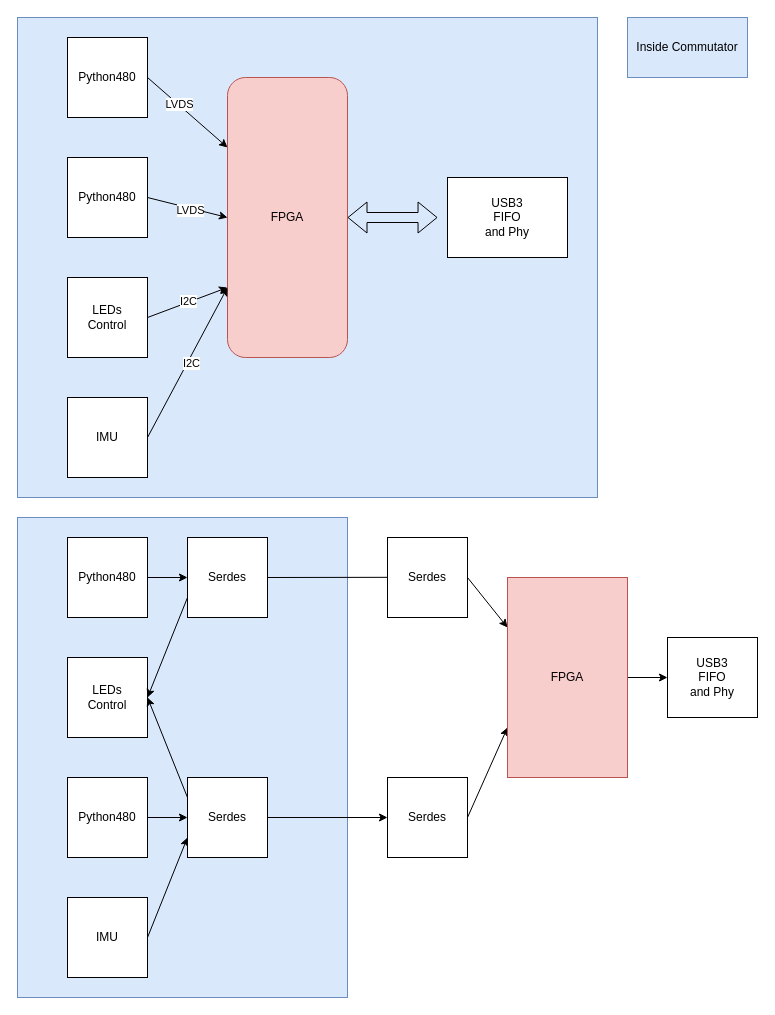
Before: docs/diagrams/2026/Fiber_Photometry03.dio in tzechienchu/mynotes, a draw.io diagram. Source tidied: cells renumbered, new cells numbered last; positions are measured from the earlier drawing's top-left corner, leaving out a move shared by most shapes. Both pictures are drawn from the tidied source at 100%, with x=0, y=0 at pixel (17, 17).
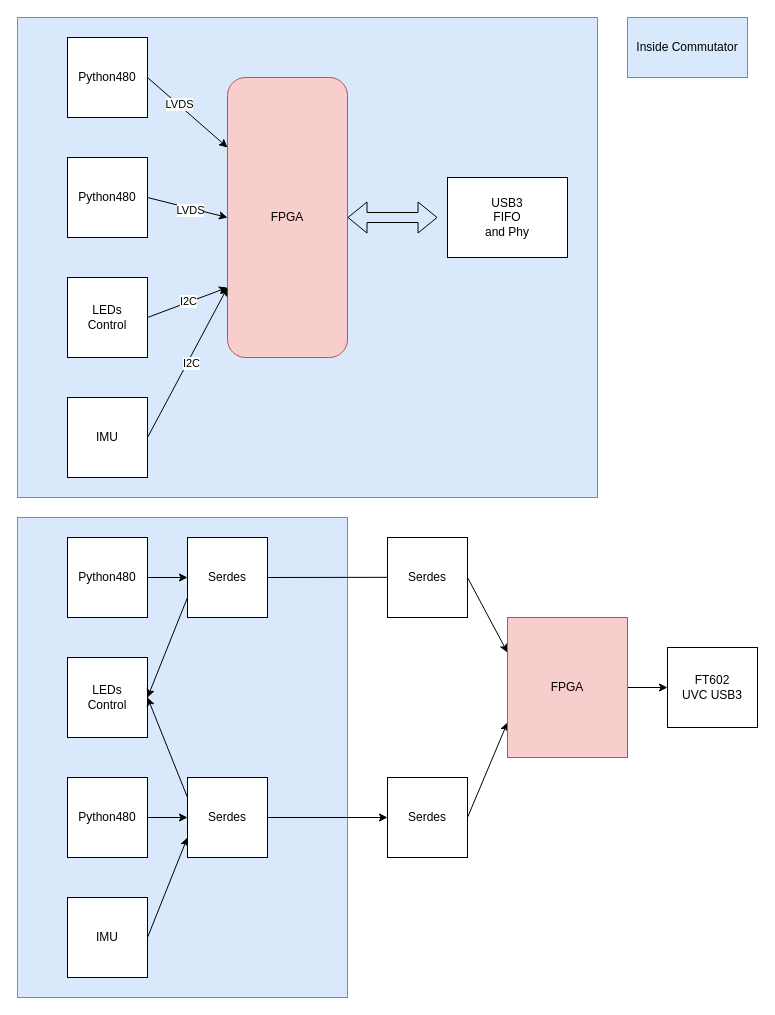
The same page after the edit.

What changed in the source:
```diff
@@
-<mxGraphModel>
+<mxGraphModel background="#ffffff">
@@
     <mxCell id="37" value="FPGA" style="rounded=0;whiteSpace=wrap;html=1;fillColor=#f8cecc;strokeColor=#b85450;" parent="1" vertex="1">
-      <mxGeometry x="490" y="560" width="120" height="200" as="geometry" />
+      <mxGeometry x="490" y="600" width="120" height="140" as="geometry" />
     </mxCell>
-    <mxCell id="38" value="USB3&lt;div&gt;FIFO&lt;/div&gt;&lt;div&gt;and Phy&lt;/div&gt;" style="rounded=0;whiteSpace=wrap;html=1;" parent="1" vertex="1">
-      <mxGeometry x="650" y="620" width="90" height="80" as="geometry" />
+    <mxCell id="38" value="FT602&lt;div&gt;UVC USB3&lt;/div&gt;" style="rounded=0;whiteSpace=wrap;html=1;" parent="1" vertex="1">
+      <mxGeometry x="650" y="630" width="90" height="80" as="geometry" />
     </mxCell>
```
